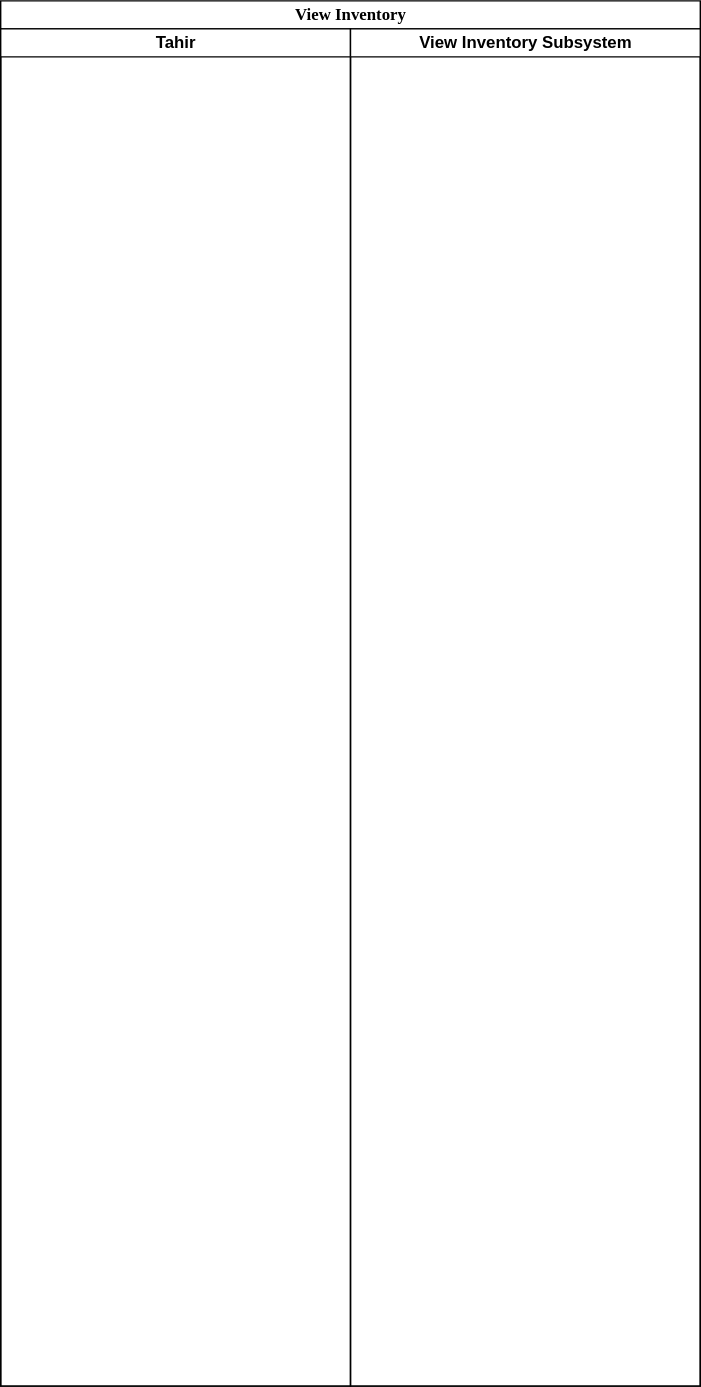
Earlier version of the draw.io export View Inventory Activity Diagrams.drawio.svg (Simamkele88/IFM3_GP). Source tidied: cells renumbered, new cells last; positions are measured from the earlier drawing's top-left corner, leaving out a move shared by most shapes. Source of this version:
```xml
<mxGraphModel>
  <root>
    <mxCell id="0" />
    <mxCell id="1" parent="0" />
    <mxCell id="2" value="View Inventory" style="swimlane;html=1;startSize=20;rounded=0;shadow=0;comic=0;labelBackgroundColor=none;strokeWidth=1;fontFamily=Verdana;fontSize=12;align=center;" parent="1" vertex="1">
      <mxGeometry width="500" height="990" as="geometry" />
    </mxCell>
    <mxCell id="3" value="Tahir" style="swimlane;html=1;startSize=20;" parent="2" vertex="1">
      <mxGeometry y="20" width="250" height="970" as="geometry" />
    </mxCell>
    <mxCell id="4" value="View Inventory Subsystem" style="swimlane;html=1;startSize=20;" parent="2" vertex="1">
      <mxGeometry x="250" y="20" width="250" height="970" as="geometry" />
    </mxCell>
  </root>
</mxGraphModel>
```
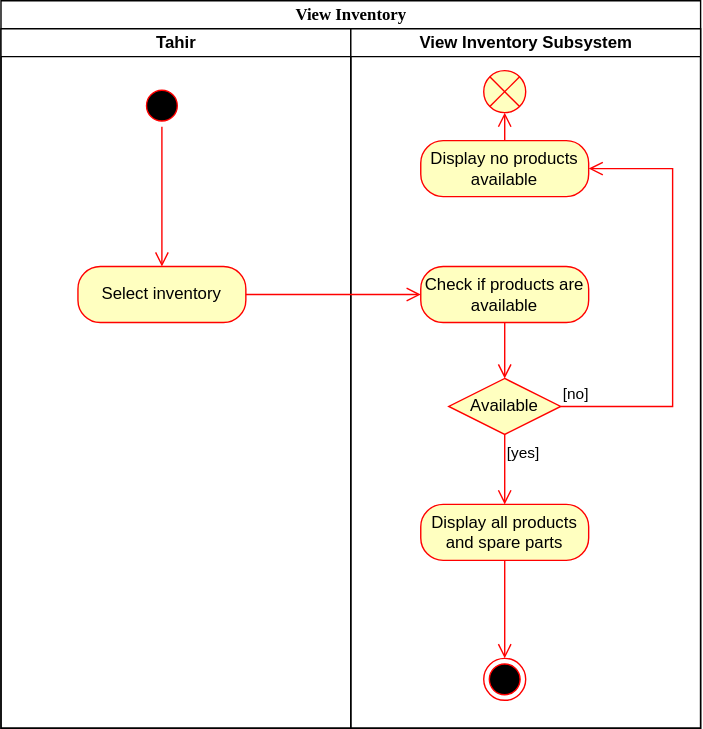
Above is the later version.

The edit, as a diff of the source:
```diff
@@ -3,13 +3,63 @@
     <mxCell id="0" />
     <mxCell id="1" parent="0" />
     <mxCell id="2" value="View Inventory" style="swimlane;html=1;startSize=20;rounded=0;shadow=0;comic=0;labelBackgroundColor=none;strokeWidth=1;fontFamily=Verdana;fontSize=12;align=center;" parent="1" vertex="1">
-      <mxGeometry width="500" height="990" as="geometry" />
+      <mxGeometry width="500" height="520" as="geometry" />
     </mxCell>
     <mxCell id="3" value="Tahir" style="swimlane;html=1;startSize=20;" parent="2" vertex="1">
-      <mxGeometry y="20" width="250" height="970" as="geometry" />
+      <mxGeometry y="20" width="250" height="500" as="geometry" />
     </mxCell>
+    <mxCell id="5" style="ellipse;html=1;shape=startState;fillColor=#000000;strokeColor=#ff0000;" parent="3" vertex="1">
+      <mxGeometry x="100" y="40" width="30" height="30" as="geometry" />
+    </mxCell>
+    <mxCell id="6" style="edgeStyle=orthogonalEdgeStyle;html=1;verticalAlign=bottom;endArrow=open;endSize=8;strokeColor=#ff0000;rounded=0;entryX=0.5;entryY=0;entryDx=0;entryDy=0;" parent="3" edge="1" source="5" target="7">
+      <mxGeometry relative="1" as="geometry" />
+    </mxCell>
+    <mxCell id="7" value="Select inventory" style="rounded=1;whiteSpace=wrap;html=1;arcSize=40;fontColor=#000000;fillColor=#ffffc0;strokeColor=#ff0000;" parent="3" vertex="1">
+      <mxGeometry x="55" y="170" width="120" height="40" as="geometry" />
+    </mxCell>
     <mxCell id="4" value="View Inventory Subsystem" style="swimlane;html=1;startSize=20;" parent="2" vertex="1">
-      <mxGeometry x="250" y="20" width="250" height="970" as="geometry" />
+      <mxGeometry x="250" y="20" width="250" height="500" as="geometry" />
     </mxCell>
+    <mxCell id="8" value="Display all products and spare parts" style="rounded=1;whiteSpace=wrap;html=1;arcSize=40;fontColor=#000000;fillColor=#ffffc0;strokeColor=#ff0000;" parent="4" vertex="1">
+      <mxGeometry x="50" y="340" width="120" height="40" as="geometry" />
+    </mxCell>
+    <mxCell id="9" style="edgeStyle=orthogonalEdgeStyle;html=1;verticalAlign=bottom;endArrow=open;endSize=8;strokeColor=#ff0000;rounded=0;entryX=0.5;entryY=0;entryDx=0;entryDy=0;" parent="4" edge="1" source="8" target="18">
+      <mxGeometry relative="1" as="geometry" />
+    </mxCell>
+    <mxCell id="10" value="Available" style="rhombus;whiteSpace=wrap;html=1;fontColor=#000000;fillColor=#ffffc0;strokeColor=#ff0000;" parent="4" vertex="1">
+      <mxGeometry x="70" y="250" width="80" height="40" as="geometry" />
+    </mxCell>
+    <mxCell id="11" value="[no]" style="edgeStyle=orthogonalEdgeStyle;html=1;align=left;verticalAlign=bottom;endArrow=open;endSize=8;strokeColor=#ff0000;rounded=0;entryX=1;entryY=0.5;entryDx=0;entryDy=0;" parent="4" edge="1" source="10" target="15">
+      <mxGeometry x="-1" relative="1" as="geometry">
+        <Array as="points">
+          <mxPoint x="230" y="270" />
+          <mxPoint x="230" y="100" />
+        </Array>
+      </mxGeometry>
+    </mxCell>
+    <mxCell id="12" value="[yes]" style="edgeStyle=orthogonalEdgeStyle;html=1;align=left;verticalAlign=top;endArrow=open;endSize=8;strokeColor=#ff0000;rounded=0;entryX=0.5;entryY=0;entryDx=0;entryDy=0;" parent="4" edge="1" source="10" target="8">
+      <mxGeometry x="-1" relative="1" as="geometry" />
+    </mxCell>
+    <mxCell id="13" value="Check if products are available" style="rounded=1;whiteSpace=wrap;html=1;arcSize=40;fontColor=#000000;fillColor=#ffffc0;strokeColor=#ff0000;" parent="4" vertex="1">
+      <mxGeometry x="50" y="170" width="120" height="40" as="geometry" />
+    </mxCell>
+    <mxCell id="14" style="edgeStyle=orthogonalEdgeStyle;html=1;verticalAlign=bottom;endArrow=open;endSize=8;strokeColor=#ff0000;rounded=0;" parent="4" edge="1" source="13" target="10">
+      <mxGeometry relative="1" as="geometry" />
+    </mxCell>
+    <mxCell id="15" value="Display no products available" style="rounded=1;whiteSpace=wrap;html=1;arcSize=40;fontColor=#000000;fillColor=#ffffc0;strokeColor=#ff0000;" parent="4" vertex="1">
+      <mxGeometry x="50" y="80" width="120" height="40" as="geometry" />
+    </mxCell>
+    <mxCell id="16" style="edgeStyle=orthogonalEdgeStyle;html=1;verticalAlign=bottom;endArrow=open;endSize=8;strokeColor=#ff0000;rounded=0;exitX=0.5;exitY=0;exitDx=0;exitDy=0;entryX=0.5;entryY=1;entryDx=0;entryDy=0;" parent="4" edge="1" source="15" target="17">
+      <mxGeometry relative="1" as="geometry" />
+    </mxCell>
+    <mxCell id="17" style="shape=sumEllipse;perimeter=ellipsePerimeter;html=1;backgroundOutline=1;rounded=1;strokeColor=#ff0000;align=center;verticalAlign=middle;arcSize=40;fontFamily=Helvetica;fontSize=12;fontColor=#000000;fillColor=#ffffc0;" parent="4" vertex="1">
+      <mxGeometry x="95" y="30" width="30" height="30" as="geometry" />
+    </mxCell>
+    <mxCell id="18" style="ellipse;html=1;shape=endState;fillColor=#000000;strokeColor=#ff0000;" parent="4" vertex="1">
+      <mxGeometry x="95" y="450" width="30" height="30" as="geometry" />
+    </mxCell>
+    <mxCell id="19" style="edgeStyle=orthogonalEdgeStyle;html=1;verticalAlign=bottom;endArrow=open;endSize=8;strokeColor=#ff0000;rounded=0;exitX=1;exitY=0.5;exitDx=0;exitDy=0;" parent="2" edge="1" source="7" target="13">
+      <mxGeometry relative="1" as="geometry" />
+    </mxCell>
   </root>
 </mxGraphModel>
```
